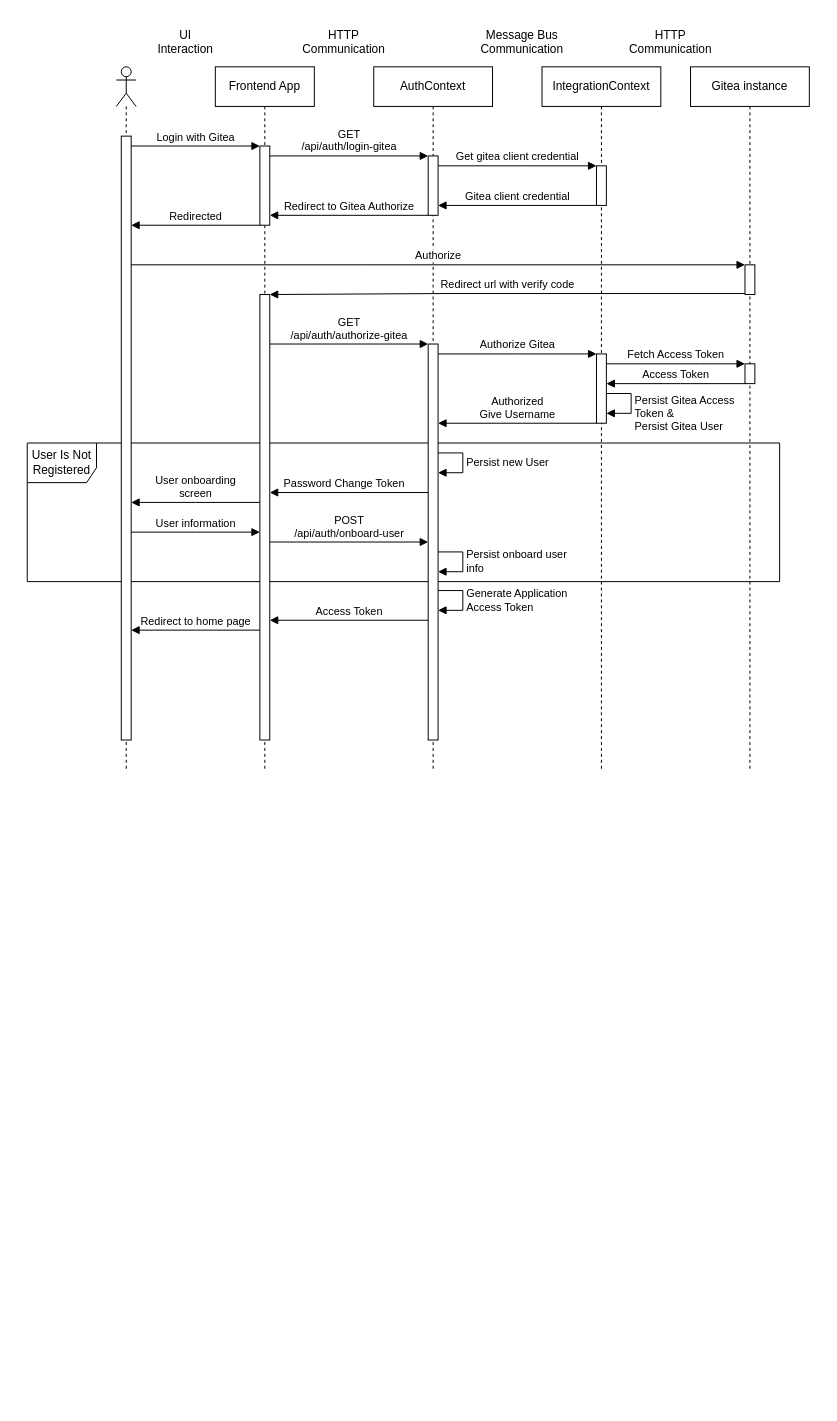
Earlier version of the draw.io diagram Diagrams/AuthorizationSequence.drawio (ryusu777/TodoApp). Source tidied: cells renumbered, new cells numbered last; positions are measured from the earlier drawing's top-left corner, leaving out a move shared by most shapes. Both pictures are drawn from the tidied source at 99%, with x=0, y=0 at pixel (27, 27).
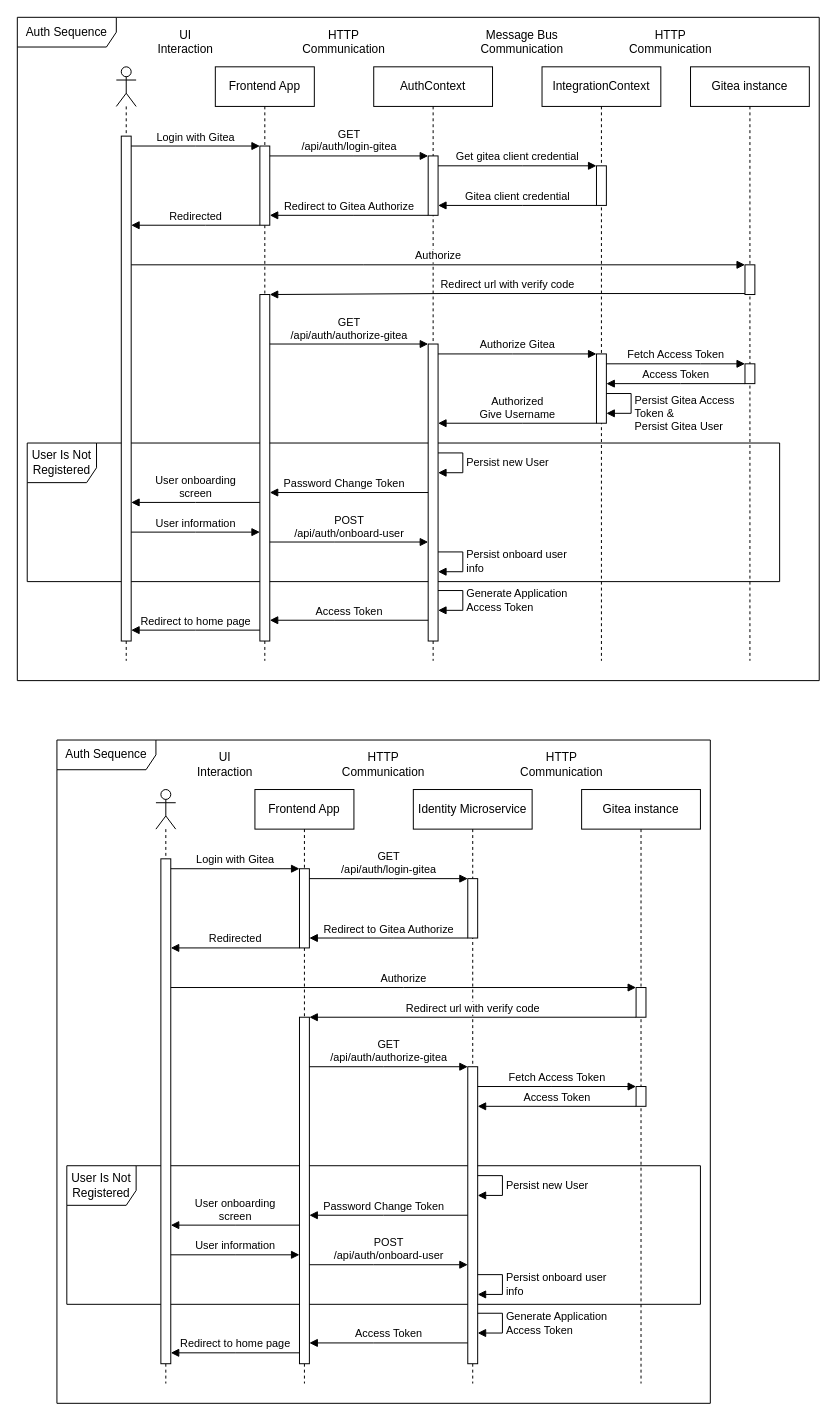
The same page after the edit.

The edit, as a diff of the source:
```diff
@@
+    <mxCell id="44" value="Auth Sequence" style="shape=umlFrame;whiteSpace=wrap;html=1;width=100;height=30;" parent="1" vertex="1">
+      <mxGeometry x="-10" y="-10" width="810" height="670" as="geometry" />
+    </mxCell>
@@
     <mxCell id="3" style="shape=umlLifeline;participant=umlActor;perimeter=lifelinePerimeter;whiteSpace=wrap;html=1;verticalAlign=top;spacingTop=36;" parent="1" vertex="1">
-      <mxGeometry x="90" y="40" width="20" height="710" as="geometry" />
+      <mxGeometry x="90" y="40" width="20" height="600" as="geometry" />
     </mxCell>
     <mxCell id="4" style="html=1;points=[];perimeter=orthogonalPerimeter;" parent="3" vertex="1">
-      <mxGeometry x="5" y="70" width="10" height="610" as="geometry" />
+      <mxGeometry x="5" y="70" width="10" height="510" as="geometry" />
     </mxCell>
     <mxCell id="5" value="Frontend App" style="shape=umlLifeline;perimeter=lifelinePerimeter;whiteSpace=wrap;html=1;" parent="1" vertex="1">
-      <mxGeometry x="190" y="40" width="100" height="710" as="geometry" />
+      <mxGeometry x="190" y="40" width="100" height="600" as="geometry" />
     </mxCell>
     <mxCell id="6" style="html=1;points=[];perimeter=orthogonalPerimeter;" parent="5" vertex="1">
-      <mxGeometry x="45" y="230" width="10" height="450" as="geometry" />
+      <mxGeometry x="45" y="230" width="10" height="350" as="geometry" />
     </mxCell>
@@
     <mxCell id="8" value="IntegrationContext" style="shape=umlLifeline;perimeter=lifelinePerimeter;whiteSpace=wrap;html=1;" parent="1" vertex="1">
-      <mxGeometry x="520" y="40" width="120" height="710" as="geometry" />
+      <mxGeometry x="520" y="40" width="120" height="600" as="geometry" />
     </mxCell>
@@
     <mxCell id="12" value="AuthContext" style="shape=umlLifeline;perimeter=lifelinePerimeter;whiteSpace=wrap;html=1;" parent="1" vertex="1">
-      <mxGeometry x="350" y="40" width="120" height="710" as="geometry" />
+      <mxGeometry x="350" y="40" width="120" height="600" as="geometry" />
     </mxCell>
@@
     <mxCell id="14" style="html=1;points=[];perimeter=orthogonalPerimeter;" parent="12" vertex="1">
-      <mxGeometry x="55" y="280" width="10" height="400" as="geometry" />
+      <mxGeometry x="55" y="280" width="10" height="300" as="geometry" />
     </mxCell>
@@
     <mxCell id="18" value="Gitea instance" style="shape=umlLifeline;perimeter=lifelinePerimeter;whiteSpace=wrap;html=1;" parent="1" vertex="1">
-      <mxGeometry x="670" y="40" width="120" height="710" as="geometry" />
+      <mxGeometry x="670" y="40" width="120" height="600" as="geometry" />
     </mxCell>
@@
+    <mxCell id="45" value="Auth Sequence" style="shape=umlFrame;whiteSpace=wrap;html=1;width=100;height=30;" parent="1" vertex="1">
+      <mxGeometry x="30" y="720" width="660" height="670" as="geometry" />
+    </mxCell>
+    <mxCell id="46" value="User Is Not Registered" style="shape=umlFrame;whiteSpace=wrap;html=1;width=70;height=40;" parent="1" vertex="1">
+      <mxGeometry x="40" y="1150" width="640" height="140" as="geometry" />
+    </mxCell>
+    <mxCell id="47" style="shape=umlLifeline;participant=umlActor;perimeter=lifelinePerimeter;whiteSpace=wrap;html=1;verticalAlign=top;spacingTop=36;" parent="1" vertex="1">
+      <mxGeometry x="130" y="770" width="20" height="600" as="geometry" />
+    </mxCell>
+    <mxCell id="48" style="html=1;points=[];perimeter=orthogonalPerimeter;" parent="47" vertex="1">
+      <mxGeometry x="5" y="70" width="10" height="510" as="geometry" />
+    </mxCell>
+    <mxCell id="49" value="Frontend App" style="shape=umlLifeline;perimeter=lifelinePerimeter;whiteSpace=wrap;html=1;" parent="1" vertex="1">
+      <mxGeometry x="230" y="770" width="100" height="600" as="geometry" />
+    </mxCell>
+    <mxCell id="50" style="html=1;points=[];perimeter=orthogonalPerimeter;" parent="49" vertex="1">
+      <mxGeometry x="45" y="230" width="10" height="350" as="geometry" />
+    </mxCell>
+    <mxCell id="51" style="html=1;points=[];perimeter=orthogonalPerimeter;" parent="49" vertex="1">
+      <mxGeometry x="45" y="80" width="10" height="80" as="geometry" />
+    </mxCell>
+    <mxCell id="52" value="Identity Microservice" style="shape=umlLifeline;perimeter=lifelinePerimeter;whiteSpace=wrap;html=1;" parent="1" vertex="1">
+      <mxGeometry x="390" y="770" width="120" height="600" as="geometry" />
+    </mxCell>
+    <mxCell id="53" style="html=1;points=[];perimeter=orthogonalPerimeter;" parent="52" vertex="1">
+      <mxGeometry x="55" y="90" width="10" height="60" as="geometry" />
+    </mxCell>
+    <mxCell id="54" style="html=1;points=[];perimeter=orthogonalPerimeter;" parent="52" vertex="1">
+      <mxGeometry x="55" y="280" width="10" height="300" as="geometry" />
+    </mxCell>
+    <mxCell id="55" value="Generate Application&lt;br&gt;Access Token" style="edgeStyle=orthogonalEdgeStyle;html=1;align=left;spacingLeft=2;endArrow=block;rounded=0;" parent="52" edge="1">
+      <mxGeometry relative="1" as="geometry">
+        <mxPoint x="65" y="529" as="sourcePoint" />
+        <mxPoint x="65" y="549" as="targetPoint" />
+        <Array as="points">
+          <mxPoint x="90" y="529" />
+          <mxPoint x="90" y="549" />
+        </Array>
+      </mxGeometry>
+    </mxCell>
+    <mxCell id="56" value="Persist new User" style="edgeStyle=orthogonalEdgeStyle;html=1;align=left;spacingLeft=2;endArrow=block;rounded=0;" parent="52" edge="1" source="54" target="54">
+      <mxGeometry relative="1" as="geometry">
+        <Array as="points">
+          <mxPoint x="90" y="390" />
+          <mxPoint x="90" y="410" />
+        </Array>
+      </mxGeometry>
+    </mxCell>
+    <mxCell id="57" value="Persist onboard user&lt;br&gt;info" style="edgeStyle=orthogonalEdgeStyle;html=1;align=left;spacingLeft=2;endArrow=block;rounded=0;" parent="52" edge="1" source="54" target="54">
+      <mxGeometry relative="1" as="geometry">
+        <Array as="points">
+          <mxPoint x="90" y="490" />
+          <mxPoint x="90" y="510" />
+        </Array>
+      </mxGeometry>
+    </mxCell>
+    <mxCell id="58" value="Gitea instance" style="shape=umlLifeline;perimeter=lifelinePerimeter;whiteSpace=wrap;html=1;" parent="1" vertex="1">
+      <mxGeometry x="560" y="770" width="120" height="600" as="geometry" />
+    </mxCell>
+    <mxCell id="59" style="html=1;points=[];perimeter=orthogonalPerimeter;" parent="58" vertex="1">
+      <mxGeometry x="55" y="200" width="10" height="30" as="geometry" />
+    </mxCell>
+    <mxCell id="60" style="html=1;points=[];perimeter=orthogonalPerimeter;" parent="58" vertex="1">
+      <mxGeometry x="55" y="300" width="10" height="20" as="geometry" />
+    </mxCell>
+    <mxCell id="61" value="Login with Gitea" style="html=1;verticalAlign=bottom;endArrow=block;rounded=0;" parent="1" edge="1" source="48" target="51">
+      <mxGeometry relative="1" as="geometry">
+        <Array as="points">
+          <mxPoint x="210" y="850" />
+        </Array>
+      </mxGeometry>
+    </mxCell>
+    <mxCell id="62" value="GET &lt;br&gt;/api/auth/login-gitea" style="html=1;verticalAlign=bottom;endArrow=block;rounded=0;" parent="1" edge="1" source="51" target="53">
+      <mxGeometry relative="1" as="geometry">
+        <Array as="points">
+          <mxPoint x="370" y="860" />
+        </Array>
+      </mxGeometry>
+    </mxCell>
+    <mxCell id="63" value="Redirect to Gitea Authorize" style="html=1;verticalAlign=bottom;endArrow=block;rounded=0;" parent="1" edge="1" source="53" target="51">
+      <mxGeometry relative="1" as="geometry">
+        <Array as="points">
+          <mxPoint x="370" y="920" />
+        </Array>
+      </mxGeometry>
+    </mxCell>
+    <mxCell id="64" value="Redirected" style="html=1;verticalAlign=bottom;endArrow=block;rounded=0;" parent="1" edge="1" source="51" target="48">
+      <mxGeometry relative="1" as="geometry">
+        <Array as="points">
+          <mxPoint x="220" y="930" />
+        </Array>
+      </mxGeometry>
+    </mxCell>
+    <mxCell id="65" value="Authorize" style="html=1;verticalAlign=bottom;endArrow=block;rounded=0;" parent="1" edge="1" source="48" target="59">
+      <mxGeometry relative="1" as="geometry">
+        <Array as="points">
+          <mxPoint x="380" y="970" />
+        </Array>
+      </mxGeometry>
+    </mxCell>
+    <mxCell id="66" value="Redirect url with verify code" style="html=1;verticalAlign=bottom;endArrow=block;rounded=0;" parent="1" edge="1" source="59" target="50">
+      <mxGeometry relative="1" as="geometry">
+        <Array as="points">
+          <mxPoint x="450" y="1000" />
+        </Array>
+      </mxGeometry>
+    </mxCell>
+    <mxCell id="67" value="GET &lt;br&gt;/api/auth/authorize-gitea" style="html=1;verticalAlign=bottom;endArrow=block;rounded=0;" parent="1" edge="1" source="50" target="54">
+      <mxGeometry relative="1" as="geometry">
+        <Array as="points">
+          <mxPoint x="360" y="1050" />
+        </Array>
+      </mxGeometry>
+    </mxCell>
+    <mxCell id="68" value="Fetch Access Token" style="html=1;verticalAlign=bottom;endArrow=block;rounded=0;" parent="1" edge="1" source="54" target="60">
+      <mxGeometry relative="1" as="geometry">
+        <Array as="points">
+          <mxPoint x="530" y="1070" />
+        </Array>
+      </mxGeometry>
+    </mxCell>
+    <mxCell id="69" value="Access Token" style="html=1;verticalAlign=bottom;endArrow=block;rounded=0;" parent="1" edge="1" source="60" target="54">
+      <mxGeometry relative="1" as="geometry">
+        <Array as="points">
+          <mxPoint x="530" y="1090" />
+        </Array>
+      </mxGeometry>
+    </mxCell>
+    <mxCell id="70" value="Access Token" style="html=1;verticalAlign=bottom;endArrow=block;rounded=0;" parent="1" edge="1">
+      <mxGeometry relative="1" as="geometry">
+        <mxPoint x="445" y="1329" as="sourcePoint" />
+        <mxPoint x="285" y="1329" as="targetPoint" />
+        <Array as="points">
+          <mxPoint x="350" y="1329" />
+        </Array>
+      </mxGeometry>
+    </mxCell>
+    <mxCell id="71" value="Redirect to home page" style="html=1;verticalAlign=bottom;endArrow=block;rounded=0;" parent="1" edge="1">
+      <mxGeometry relative="1" as="geometry">
+        <mxPoint x="275" y="1339" as="sourcePoint" />
+        <mxPoint x="145" y="1339" as="targetPoint" />
+        <Array as="points">
+          <mxPoint x="210" y="1339" />
+        </Array>
+      </mxGeometry>
+    </mxCell>
+    <mxCell id="72" value="HTTP Communication" style="text;html=1;strokeColor=none;fillColor=none;align=center;verticalAlign=middle;whiteSpace=wrap;rounded=0;" parent="1" vertex="1">
+      <mxGeometry x="330" y="730" width="60" height="30" as="geometry" />
+    </mxCell>
+    <mxCell id="73" value="HTTP Communication" style="text;html=1;strokeColor=none;fillColor=none;align=center;verticalAlign=middle;whiteSpace=wrap;rounded=0;" parent="1" vertex="1">
+      <mxGeometry x="510" y="730" width="60" height="30" as="geometry" />
+    </mxCell>
+    <mxCell id="74" value="Password Change Token" style="html=1;verticalAlign=bottom;endArrow=block;rounded=0;" parent="1" edge="1" source="54" target="50">
+      <mxGeometry x="0.06" relative="1" as="geometry">
+        <Array as="points">
+          <mxPoint x="360" y="1200" />
+        </Array>
+      </mxGeometry>
+    </mxCell>
+    <mxCell id="75" value="User onboarding &lt;br&gt;screen" style="html=1;verticalAlign=bottom;endArrow=block;rounded=0;" parent="1" edge="1" source="50" target="48">
+      <mxGeometry relative="1" as="geometry">
+        <Array as="points">
+          <mxPoint x="210" y="1210" />
+        </Array>
+      </mxGeometry>
+    </mxCell>
+    <mxCell id="76" value="User information" style="html=1;verticalAlign=bottom;endArrow=block;rounded=0;" parent="1" edge="1" source="48" target="50">
+      <mxGeometry relative="1" as="geometry">
+        <Array as="points">
+          <mxPoint x="210" y="1240" />
+        </Array>
+      </mxGeometry>
+    </mxCell>
+    <mxCell id="77" value="POST&lt;br&gt;/api/auth/onboard-user" style="html=1;verticalAlign=bottom;endArrow=block;rounded=0;" parent="1" edge="1" source="50" target="54">
+      <mxGeometry relative="1" as="geometry">
+        <Array as="points">
+          <mxPoint x="350" y="1250" />
+        </Array>
+      </mxGeometry>
+    </mxCell>
+    <mxCell id="78" value="UI Interaction" style="text;html=1;strokeColor=none;fillColor=none;align=center;verticalAlign=middle;whiteSpace=wrap;rounded=0;" parent="1" vertex="1">
+      <mxGeometry x="170" y="730" width="60" height="30" as="geometry" />
+    </mxCell>
```
